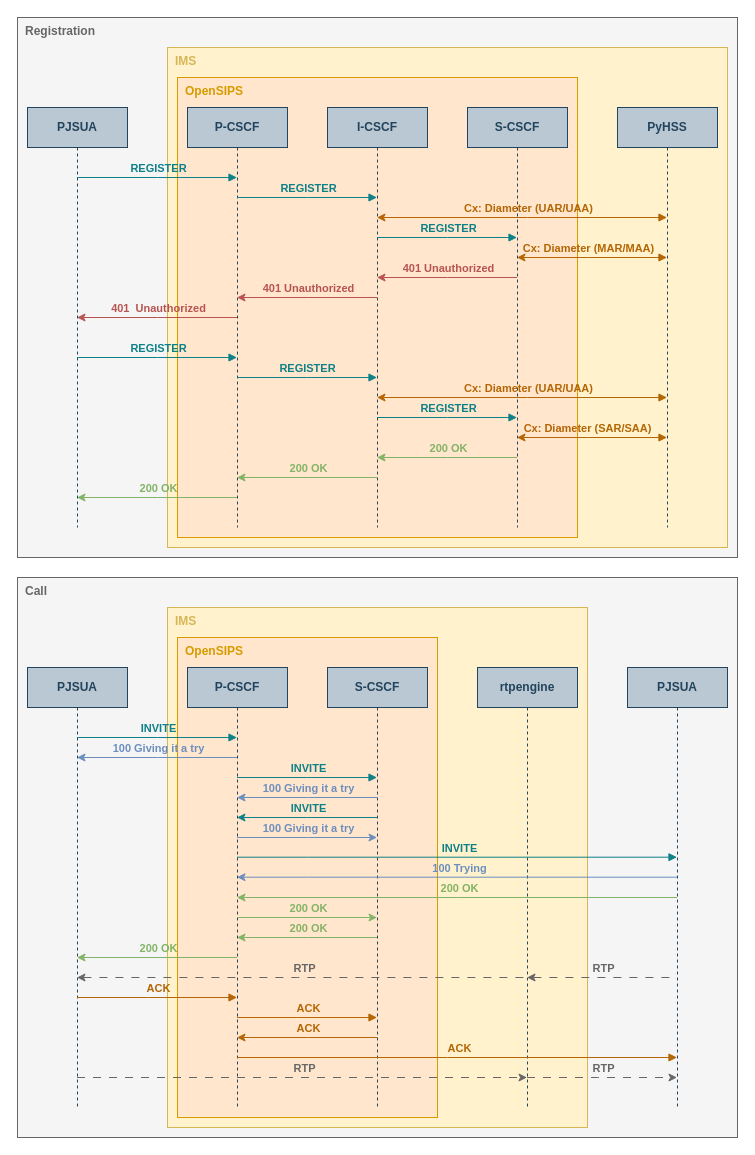
The draw.io diagram ims/assets/ims.drawio in alexander-zerpa/zaleos-blog, before the edit. Source tidied: cells renumbered, new cells numbered last; positions are measured from the earlier drawing's top-left corner, leaving out a move shared by most shapes. Both pictures are drawn from the tidied source at 100%, with x=0, y=0 at pixel (17, 17).
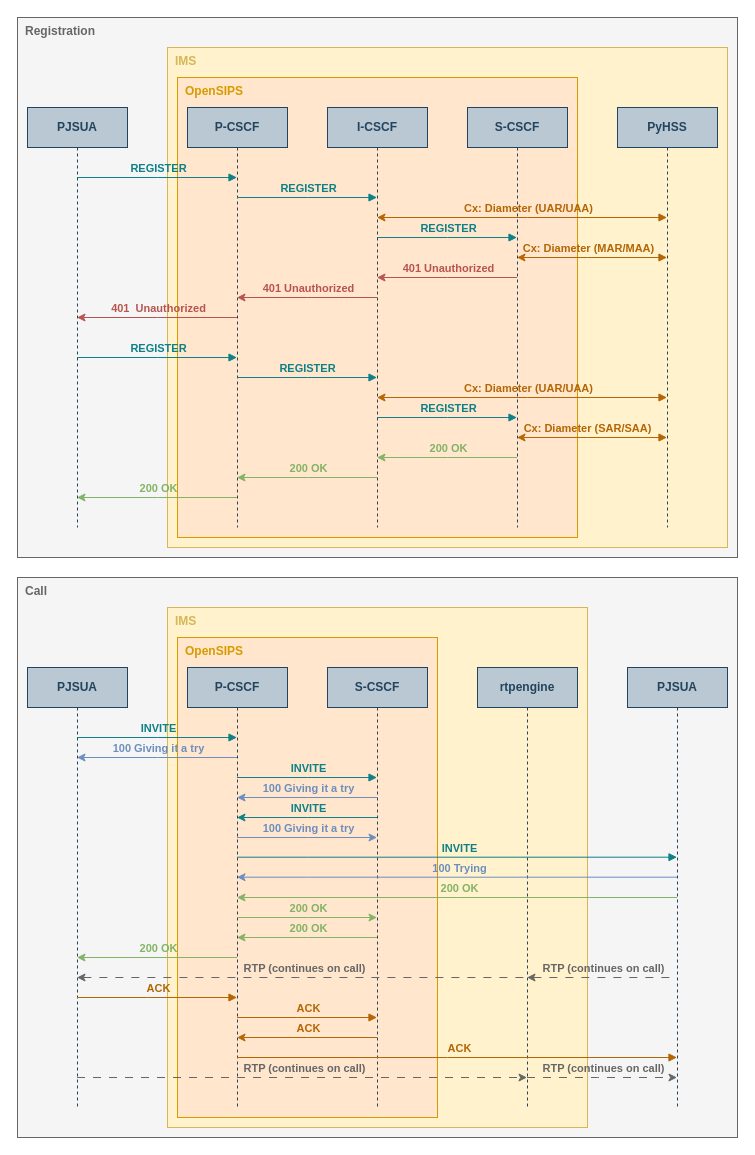
The same page after the edit.

Unchanged cells that the change refers to:
```xml
<mxCell id="29" value="PJSUA" style="shape=umlLifeline;perimeter=lifelinePerimeter;whiteSpace=wrap;html=1;outlineConnect=0;portConstraint=eastwest;newEdgeStyle={&quot;edgeStyle&quot;:&quot;elbowEdgeStyle&quot;,&quot;elbow&quot;:&quot;vertical&quot;,&quot;curved&quot;:0,&quot;rounded&quot;:0};fillColor=#bac8d3;strokeColor=#23445d;fontStyle=1;fontColor=#23445D;" parent="1" vertex="1">
  <mxGeometry x="10" y="650" width="100" height="440" as="geometry" />
</mxCell>
<mxCell id="32" value="rtpengine" style="shape=umlLifeline;perimeter=lifelinePerimeter;whiteSpace=wrap;html=1;outlineConnect=0;portConstraint=eastwest;newEdgeStyle={&quot;edgeStyle&quot;:&quot;elbowEdgeStyle&quot;,&quot;elbow&quot;:&quot;vertical&quot;,&quot;curved&quot;:0,&quot;rounded&quot;:0};fillColor=#bac8d3;strokeColor=#23445d;fontStyle=1;fontColor=#23445D;" parent="1" vertex="1">
  <mxGeometry x="460" y="650" width="100" height="440" as="geometry" />
</mxCell>
<mxCell id="33" value="PJSUA" style="shape=umlLifeline;perimeter=lifelinePerimeter;whiteSpace=wrap;html=1;outlineConnect=0;portConstraint=eastwest;newEdgeStyle={&quot;edgeStyle&quot;:&quot;elbowEdgeStyle&quot;,&quot;elbow&quot;:&quot;vertical&quot;,&quot;curved&quot;:0,&quot;rounded&quot;:0};fillColor=#bac8d3;strokeColor=#23445d;fontStyle=1;fontColor=#23445D;" parent="1" vertex="1">
  <mxGeometry x="610" y="650" width="100" height="440" as="geometry" />
</mxCell>
```

Diff of the diagram source:
```diff
@@
-    <mxCell id="46" value="RTP" style="html=1;verticalAlign=bottom;endArrow=none;edgeStyle=elbowEdgeStyle;elbow=vertical;curved=0;rounded=0;labelBackgroundColor=none;fontStyle=1;fontColor=#666666;dashed=1;fillColor=#f5f5f5;strokeColor=#666666;dashPattern=8 8;startArrow=classic;startFill=1;" parent="1" edge="1" source="32" target="33">
+    <mxCell id="46" value="RTP (continues on call)" style="html=1;verticalAlign=bottom;endArrow=none;edgeStyle=elbowEdgeStyle;elbow=vertical;curved=0;rounded=0;labelBackgroundColor=none;fontStyle=1;fontColor=#666666;dashed=1;fillColor=#f5f5f5;strokeColor=#666666;dashPattern=8 8;startArrow=classic;startFill=1;" parent="1" edge="1" source="32" target="33">
       <mxGeometry x="0.01" relative="1" as="geometry">
         <Array as="points">
           <mxPoint x="580" y="960" />
         </Array>
       </mxGeometry>
     </mxCell>
-    <mxCell id="47" value="RTP" style="html=1;verticalAlign=bottom;endArrow=none;edgeStyle=elbowEdgeStyle;elbow=vertical;curved=0;rounded=0;labelBackgroundColor=none;fontStyle=1;fontColor=#666666;dashed=1;fillColor=#f5f5f5;strokeColor=#666666;dashPattern=8 8;startArrow=classic;startFill=1;" parent="1" edge="1" source="29" target="32">
+    <mxCell id="47" value="RTP (continues on call)" style="html=1;verticalAlign=bottom;endArrow=none;edgeStyle=elbowEdgeStyle;elbow=vertical;curved=0;rounded=0;labelBackgroundColor=none;fontStyle=1;fontColor=#666666;dashed=1;fillColor=#f5f5f5;strokeColor=#666666;dashPattern=8 8;startArrow=classic;startFill=1;" parent="1" edge="1" source="29" target="32">
       <mxGeometry x="0.01" relative="1" as="geometry">
         <Array as="points">
           <mxPoint x="280" y="960" />
         </Array>
       </mxGeometry>
     </mxCell>
@@
-    <mxCell id="52" value="RTP" style="html=1;verticalAlign=bottom;endArrow=classic;edgeStyle=elbowEdgeStyle;elbow=vertical;curved=0;rounded=0;labelBackgroundColor=none;fontStyle=1;fontColor=#666666;dashed=1;fillColor=#f5f5f5;strokeColor=#666666;dashPattern=8 8;startArrow=none;startFill=0;endFill=1;" parent="1" edge="1" source="32" target="33">
+    <mxCell id="52" value="RTP (continues on call)" style="html=1;verticalAlign=bottom;endArrow=classic;edgeStyle=elbowEdgeStyle;elbow=vertical;curved=0;rounded=0;labelBackgroundColor=none;fontStyle=1;fontColor=#666666;dashed=1;fillColor=#f5f5f5;strokeColor=#666666;dashPattern=8 8;startArrow=none;startFill=0;endFill=1;" parent="1" edge="1" source="32" target="33">
       <mxGeometry x="0.01" relative="1" as="geometry">
         <Array as="points">
           <mxPoint x="580" y="1060" />
         </Array>
       </mxGeometry>
     </mxCell>
-    <mxCell id="53" value="RTP" style="html=1;verticalAlign=bottom;endArrow=classic;edgeStyle=elbowEdgeStyle;elbow=vertical;curved=0;rounded=0;labelBackgroundColor=none;fontStyle=1;fontColor=#666666;dashed=1;fillColor=#f5f5f5;strokeColor=#666666;dashPattern=8 8;startArrow=none;startFill=0;endFill=1;" parent="1" edge="1" source="29" target="32">
+    <mxCell id="53" value="RTP (continues on call)" style="html=1;verticalAlign=bottom;endArrow=classic;edgeStyle=elbowEdgeStyle;elbow=horizontal;curved=0;rounded=0;labelBackgroundColor=none;fontStyle=1;fontColor=#666666;dashed=1;fillColor=#f5f5f5;strokeColor=#666666;dashPattern=8 8;startArrow=none;startFill=0;endFill=1;" parent="1" edge="1" source="29" target="32">
       <mxGeometry x="0.01" relative="1" as="geometry">
         <Array as="points">
           <mxPoint x="280" y="1060" />
         </Array>
       </mxGeometry>
     </mxCell>
```
